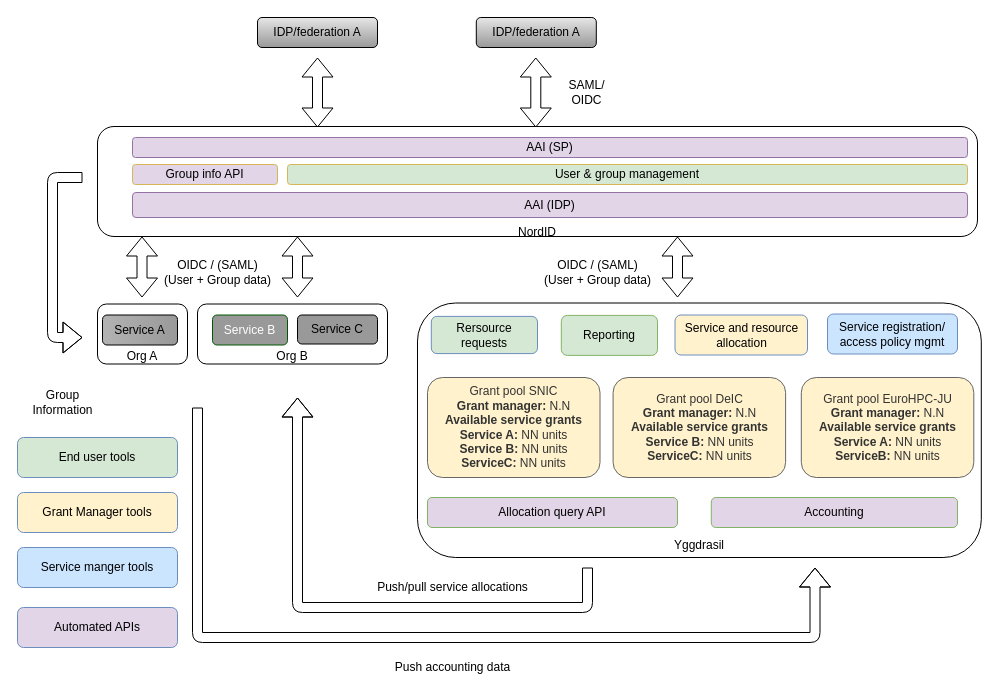
This is Puhuri-idea3.drawio from khappone/puhuri-ideas, a draw.io file, before an edit. Source tidied: cells renumbered, new cells numbered last; positions are measured from the earlier drawing's top-left corner, leaving out a move shared by most shapes. Both pictures are drawn from the tidied source at 100%, with x=0, y=0 at pixel (17, 17).
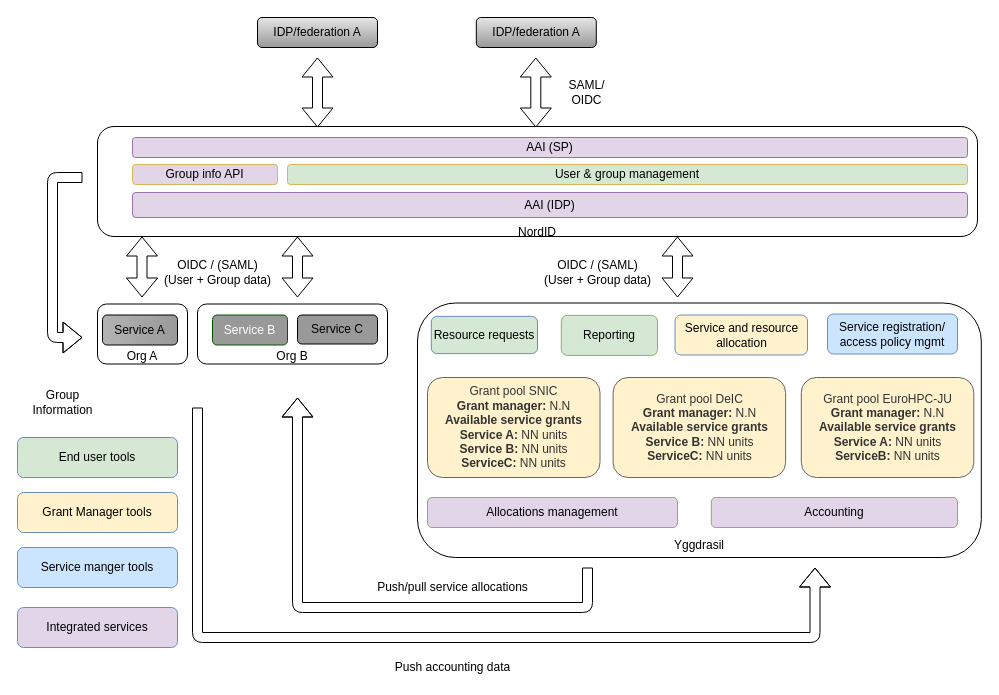
The same diagram, later.

The edit, as a diff of the source:
```diff
@@
-    <mxCell id="15" value="Rersource requests" style="rounded=1;whiteSpace=wrap;html=1;fillColor=#D5E8D4;strokeColor=#6c8ebf;rotation=0;" parent="1" vertex="1">
+    <mxCell id="15" value="Resource requests" style="rounded=1;whiteSpace=wrap;html=1;fillColor=#D5E8D4;strokeColor=#6c8ebf;rotation=0;" parent="1" vertex="1">
       <mxGeometry x="413.8" y="298.9" width="106.2" height="37.2" as="geometry" />
     </mxCell>
@@
-    <mxCell id="28" value="Allocation query API" style="rounded=1;whiteSpace=wrap;html=1;fillColor=#E1D5E7;strokeColor=#82b366;" parent="1" vertex="1">
+    <mxCell id="28" value="Allocations management" style="rounded=1;whiteSpace=wrap;html=1;fillColor=#E1D5E7;strokeColor=#82b366;" parent="1" vertex="1">
       <mxGeometry x="410" y="480" width="250" height="30" as="geometry" />
     </mxCell>
@@
-    <mxCell id="33" value="Automated APIs" style="rounded=1;whiteSpace=wrap;html=1;fillColor=#E1D5E7;strokeColor=#6c8ebf;" parent="1" vertex="1">
+    <mxCell id="33" value="Integrated services" style="rounded=1;whiteSpace=wrap;html=1;fillColor=#E1D5E7;strokeColor=#6c8ebf;" parent="1" vertex="1">
       <mxGeometry y="590" width="160" height="40" as="geometry" />
     </mxCell>
```
